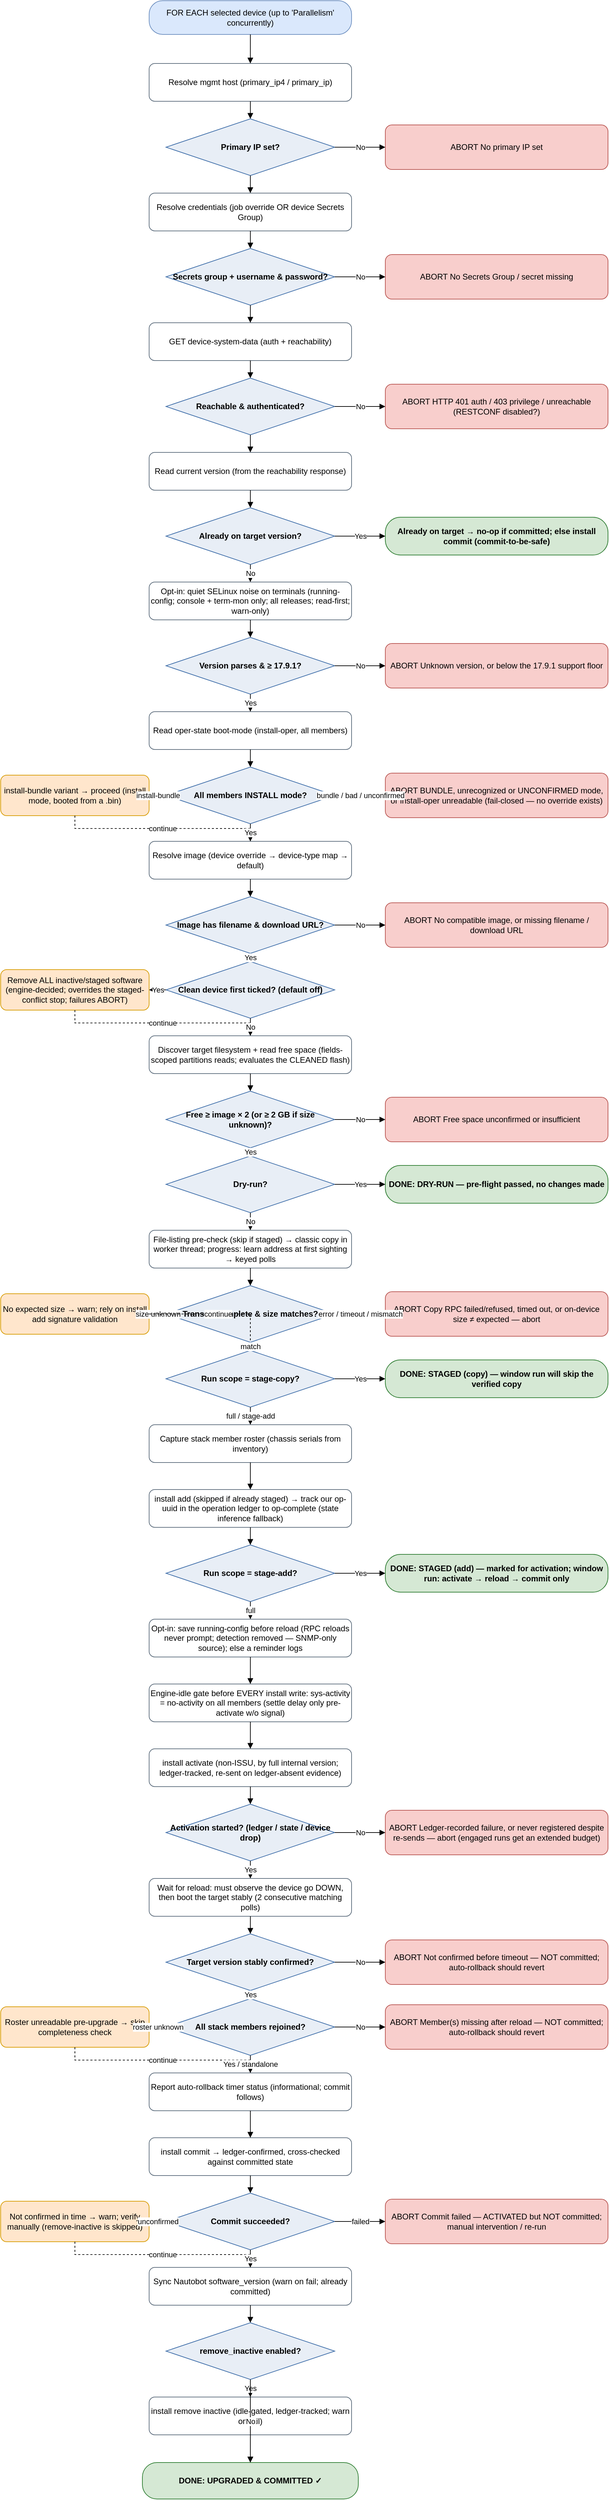
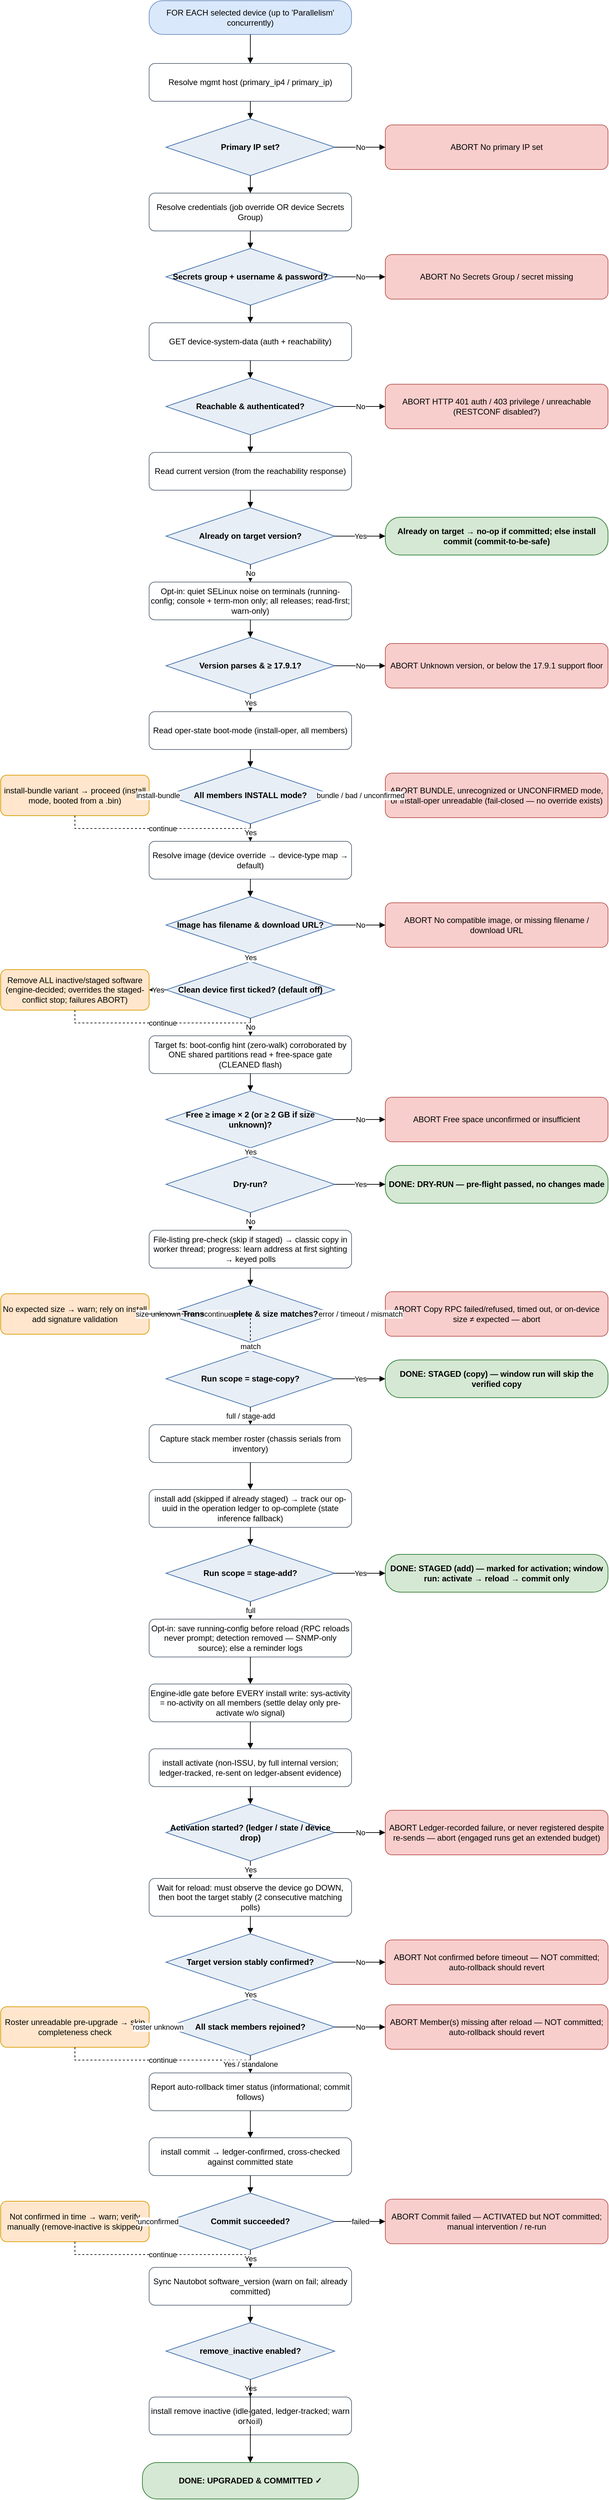
<mxfile host="app.diagrams.net" type="device">
  <diagram name="IOS-XE upgrade flow" id="iosxe-upgrade-flow">
    <mxGraphModel dx="1000" dy="2000" grid="1" gridSize="10" guides="1" tooltips="1"
        connect="1" arrows="1" fold="1" page="1" pageScale="1" math="0" shadow="0">
      <root>
        <mxCell id="0"/>
        <mxCell id="1" parent="0"/>
        <mxCell id="start" value="FOR EACH selected device&amp;#10;(up to &#x27;Parallelism&#x27; concurrently)" style="rounded=1;arcSize=40;whiteSpace=wrap;html=1;fillColor=#DAE8FC;strokeColor=#6C8EBF;" vertex="1" parent="1"><mxGeometry x="250" y="31" width="300" height="50" as="geometry"/></mxCell>
        <mxCell id="host" value="Resolve mgmt host&amp;#10;(primary_ip4 / primary_ip)" style="rounded=1;whiteSpace=wrap;html=1;fillColor=#FFFFFF;strokeColor=#5B6B7B;" vertex="1" parent="1"><mxGeometry x="250" y="124" width="300" height="56" as="geometry"/></mxCell>
        <mxCell id="d_ip" value="Primary IP set?" style="rhombus;whiteSpace=wrap;html=1;fillColor=#E8EEF6;strokeColor=#3C6CA8;fontStyle=1;" vertex="1" parent="1"><mxGeometry x="275" y="206" width="250" height="84" as="geometry"/></mxCell>
        <mxCell id="cred" value="Resolve credentials&amp;#10;(job override OR device Secrets Group)" style="rounded=1;whiteSpace=wrap;html=1;fillColor=#FFFFFF;strokeColor=#5B6B7B;" vertex="1" parent="1"><mxGeometry x="250" y="316" width="300" height="56" as="geometry"/></mxCell>
        <mxCell id="d_cred" value="Secrets group +&amp;#10;username &amp; password?" style="rhombus;whiteSpace=wrap;html=1;fillColor=#E8EEF6;strokeColor=#3C6CA8;fontStyle=1;" vertex="1" parent="1"><mxGeometry x="275" y="398" width="250" height="84" as="geometry"/></mxCell>
        <mxCell id="reach" value="GET device-system-data&amp;#10;(auth + reachability)" style="rounded=1;whiteSpace=wrap;html=1;fillColor=#FFFFFF;strokeColor=#5B6B7B;" vertex="1" parent="1"><mxGeometry x="250" y="508" width="300" height="56" as="geometry"/></mxCell>
        <mxCell id="d_reach" value="Reachable &amp;&amp;#10;authenticated?" style="rhombus;whiteSpace=wrap;html=1;fillColor=#E8EEF6;strokeColor=#3C6CA8;fontStyle=1;" vertex="1" parent="1"><mxGeometry x="275" y="590" width="250" height="84" as="geometry"/></mxCell>
        <mxCell id="curr" value="Read current version&amp;#10;(from the reachability response)" style="rounded=1;whiteSpace=wrap;html=1;fillColor=#FFFFFF;strokeColor=#5B6B7B;" vertex="1" parent="1"><mxGeometry x="250" y="700" width="300" height="56" as="geometry"/></mxCell>
        <mxCell id="d_target" value="Already on&amp;#10;target version?" style="rhombus;whiteSpace=wrap;html=1;fillColor=#E8EEF6;strokeColor=#3C6CA8;fontStyle=1;" vertex="1" parent="1"><mxGeometry x="275" y="782" width="250" height="84" as="geometry"/></mxCell>
        <mxCell id="avcsup" value="Opt-in: quiet SELinux noise on terminals&amp;#10;(running-config; console + term-mon only;&amp;#10;all releases; read-first; warn-only)" style="rounded=1;whiteSpace=wrap;html=1;fillColor=#FFFFFF;strokeColor=#5B6B7B;" vertex="1" parent="1"><mxGeometry x="250" y="892" width="300" height="56" as="geometry"/></mxCell>
        <mxCell id="d_floor" value="Version parses&amp;#10;&amp; ≥ 17.9.1?" style="rhombus;whiteSpace=wrap;html=1;fillColor=#E8EEF6;strokeColor=#3C6CA8;fontStyle=1;" vertex="1" parent="1"><mxGeometry x="275" y="974" width="250" height="84" as="geometry"/></mxCell>
        <mxCell id="mode" value="Read oper-state boot-mode&amp;#10;(install-oper, all members)" style="rounded=1;whiteSpace=wrap;html=1;fillColor=#FFFFFF;strokeColor=#5B6B7B;" vertex="1" parent="1"><mxGeometry x="250" y="1084" width="300" height="56" as="geometry"/></mxCell>
        <mxCell id="d_mode" value="All members&amp;#10;INSTALL mode?" style="rhombus;whiteSpace=wrap;html=1;fillColor=#E8EEF6;strokeColor=#3C6CA8;fontStyle=1;" vertex="1" parent="1"><mxGeometry x="275" y="1166" width="250" height="84" as="geometry"/></mxCell>
        <mxCell id="img" value="Resolve image (device override →&amp;#10;device-type map → default)" style="rounded=1;whiteSpace=wrap;html=1;fillColor=#FFFFFF;strokeColor=#5B6B7B;" vertex="1" parent="1"><mxGeometry x="250" y="1276" width="300" height="56" as="geometry"/></mxCell>
        <mxCell id="d_img" value="Image has filename&amp;#10;&amp; download URL?" style="rhombus;whiteSpace=wrap;html=1;fillColor=#E8EEF6;strokeColor=#3C6CA8;fontStyle=1;" vertex="1" parent="1"><mxGeometry x="275" y="1358" width="250" height="84" as="geometry"/></mxCell>
        <mxCell id="d_clean" value="Clean device first&amp;#10;ticked? (default off)" style="rhombus;whiteSpace=wrap;html=1;fillColor=#E8EEF6;strokeColor=#3C6CA8;fontStyle=1;" vertex="1" parent="1"><mxGeometry x="275" y="1454" width="250" height="84" as="geometry"/></mxCell>
-         <mxCell id="space" value="Discover target filesystem + read free&amp;#10;space (fields-scoped partitions reads;&amp;#10;evaluates the CLEANED flash)" style="rounded=1;whiteSpace=wrap;html=1;fillColor=#FFFFFF;strokeColor=#5B6B7B;" vertex="1" parent="1"><mxGeometry x="250" y="1564" width="300" height="56" as="geometry"/></mxCell>
+         <mxCell id="space" value="Target fs: boot-config hint (zero-walk)&amp;#10;corroborated by ONE shared partitions read&amp;#10;+ free-space gate (CLEANED flash)" style="rounded=1;whiteSpace=wrap;html=1;fillColor=#FFFFFF;strokeColor=#5B6B7B;" vertex="1" parent="1"><mxGeometry x="250" y="1564" width="300" height="56" as="geometry"/></mxCell>
        <mxCell id="d_space" value="Free ≥ image × 2&amp;#10;(or ≥ 2 GB if size unknown)?" style="rhombus;whiteSpace=wrap;html=1;fillColor=#E8EEF6;strokeColor=#3C6CA8;fontStyle=1;" vertex="1" parent="1"><mxGeometry x="275" y="1646" width="250" height="84" as="geometry"/></mxCell>
        <mxCell id="d_dry" value="Dry-run?" style="rhombus;whiteSpace=wrap;html=1;fillColor=#E8EEF6;strokeColor=#3C6CA8;fontStyle=1;" vertex="1" parent="1"><mxGeometry x="275" y="1742" width="250" height="84" as="geometry"/></mxCell>
        <mxCell id="copy" value="File-listing pre-check (skip if staged) →&amp;#10;classic copy in worker thread; progress:&amp;#10;learn address at first sighting → keyed polls" style="rounded=1;whiteSpace=wrap;html=1;fillColor=#FFFFFF;strokeColor=#5B6B7B;" vertex="1" parent="1"><mxGeometry x="250" y="1852" width="300" height="56" as="geometry"/></mxCell>
        <mxCell id="d_size" value="Transfer complete&amp;#10;&amp; size matches?" style="rhombus;whiteSpace=wrap;html=1;fillColor=#E8EEF6;strokeColor=#3C6CA8;fontStyle=1;" vertex="1" parent="1"><mxGeometry x="275" y="1934" width="250" height="84" as="geometry"/></mxCell>
        <mxCell id="d_stagecopy" value="Run scope =&amp;#10;stage-copy?" style="rhombus;whiteSpace=wrap;html=1;fillColor=#E8EEF6;strokeColor=#3C6CA8;fontStyle=1;" vertex="1" parent="1"><mxGeometry x="275" y="2030" width="250" height="84" as="geometry"/></mxCell>
        <mxCell id="roster" value="Capture stack member roster&amp;#10;(chassis serials from inventory)" style="rounded=1;whiteSpace=wrap;html=1;fillColor=#FFFFFF;strokeColor=#5B6B7B;" vertex="1" parent="1"><mxGeometry x="250" y="2140" width="300" height="56" as="geometry"/></mxCell>
        <mxCell id="add" value="install add (skipped if already staged) →&amp;#10;track our op-uuid in the operation ledger&amp;#10;to op-complete (state inference fallback)" style="rounded=1;whiteSpace=wrap;html=1;fillColor=#FFFFFF;strokeColor=#5B6B7B;" vertex="1" parent="1"><mxGeometry x="250" y="2236" width="300" height="56" as="geometry"/></mxCell>
        <mxCell id="d_stageadd" value="Run scope =&amp;#10;stage-add?" style="rhombus;whiteSpace=wrap;html=1;fillColor=#E8EEF6;strokeColor=#3C6CA8;fontStyle=1;" vertex="1" parent="1"><mxGeometry x="275" y="2318" width="250" height="84" as="geometry"/></mxCell>
        <mxCell id="cfgsync" value="Opt-in: save running-config before reload&amp;#10;(RPC reloads never prompt; detection removed&amp;#10;— SNMP-only source); else a reminder logs" style="rounded=1;whiteSpace=wrap;html=1;fillColor=#FFFFFF;strokeColor=#5B6B7B;" vertex="1" parent="1"><mxGeometry x="250" y="2428" width="300" height="56" as="geometry"/></mxCell>
        <mxCell id="idle" value="Engine-idle gate before EVERY install write:&amp;#10;sys-activity = no-activity on all members&amp;#10;(settle delay only pre-activate w/o signal)" style="rounded=1;whiteSpace=wrap;html=1;fillColor=#FFFFFF;strokeColor=#5B6B7B;" vertex="1" parent="1"><mxGeometry x="250" y="2524" width="300" height="56" as="geometry"/></mxCell>
        <mxCell id="act" value="install activate (non-ISSU, by full internal&amp;#10;version; ledger-tracked,&amp;#10;re-sent on ledger-absent evidence)" style="rounded=1;whiteSpace=wrap;html=1;fillColor=#FFFFFF;strokeColor=#5B6B7B;" vertex="1" parent="1"><mxGeometry x="250" y="2620" width="300" height="56" as="geometry"/></mxCell>
        <mxCell id="d_act" value="Activation started?&amp;#10;(ledger / state / device drop)" style="rhombus;whiteSpace=wrap;html=1;fillColor=#E8EEF6;strokeColor=#3C6CA8;fontStyle=1;" vertex="1" parent="1"><mxGeometry x="275" y="2702" width="250" height="84" as="geometry"/></mxCell>
        <mxCell id="waitc" value="Wait for reload: must observe the device&amp;#10;go DOWN, then boot the target stably&amp;#10;(2 consecutive matching polls)" style="rounded=1;whiteSpace=wrap;html=1;fillColor=#FFFFFF;strokeColor=#5B6B7B;" vertex="1" parent="1"><mxGeometry x="250" y="2812" width="300" height="56" as="geometry"/></mxCell>
        <mxCell id="d_confirm" value="Target version&amp;#10;stably confirmed?" style="rhombus;whiteSpace=wrap;html=1;fillColor=#E8EEF6;strokeColor=#3C6CA8;fontStyle=1;" vertex="1" parent="1"><mxGeometry x="275" y="2894" width="250" height="84" as="geometry"/></mxCell>
        <mxCell id="d_members" value="All stack members&amp;#10;rejoined?" style="rhombus;whiteSpace=wrap;html=1;fillColor=#E8EEF6;strokeColor=#3C6CA8;fontStyle=1;" vertex="1" parent="1"><mxGeometry x="275" y="2990" width="250" height="84" as="geometry"/></mxCell>
        <mxCell id="rollbackchk" value="Report auto-rollback timer status&amp;#10;(informational; commit follows)" style="rounded=1;whiteSpace=wrap;html=1;fillColor=#FFFFFF;strokeColor=#5B6B7B;" vertex="1" parent="1"><mxGeometry x="250" y="3100" width="300" height="56" as="geometry"/></mxCell>
        <mxCell id="commit" value="install commit → ledger-confirmed,&amp;#10;cross-checked against committed state" style="rounded=1;whiteSpace=wrap;html=1;fillColor=#FFFFFF;strokeColor=#5B6B7B;" vertex="1" parent="1"><mxGeometry x="250" y="3196" width="300" height="56" as="geometry"/></mxCell>
        <mxCell id="d_commit" value="Commit&amp;#10;succeeded?" style="rhombus;whiteSpace=wrap;html=1;fillColor=#E8EEF6;strokeColor=#3C6CA8;fontStyle=1;" vertex="1" parent="1"><mxGeometry x="275" y="3278" width="250" height="84" as="geometry"/></mxCell>
        <mxCell id="sync" value="Sync Nautobot software_version&amp;#10;(warn on fail; already committed)" style="rounded=1;whiteSpace=wrap;html=1;fillColor=#FFFFFF;strokeColor=#5B6B7B;" vertex="1" parent="1"><mxGeometry x="250" y="3388" width="300" height="56" as="geometry"/></mxCell>
        <mxCell id="d_remove" value="remove_inactive&amp;#10;enabled?" style="rhombus;whiteSpace=wrap;html=1;fillColor=#E8EEF6;strokeColor=#3C6CA8;fontStyle=1;" vertex="1" parent="1"><mxGeometry x="275" y="3470" width="250" height="84" as="geometry"/></mxCell>
        <mxCell id="remove" value="install remove inactive (idle-gated,&amp;#10;ledger-tracked; warn on fail)" style="rounded=1;whiteSpace=wrap;html=1;fillColor=#FFFFFF;strokeColor=#5B6B7B;" vertex="1" parent="1"><mxGeometry x="250" y="3580" width="300" height="56" as="geometry"/></mxCell>
        <mxCell id="ok" value="DONE: UPGRADED &amp; COMMITTED ✓" style="rounded=1;arcSize=40;whiteSpace=wrap;html=1;fillColor=#D5E8D4;strokeColor=#2E7D32;fontStyle=1;" vertex="1" parent="1"><mxGeometry x="240" y="3677" width="320" height="54" as="geometry"/></mxCell>
        <mxCell id="d_ip_abort" value="ABORT&amp;#10;No primary IP set" style="rounded=1;whiteSpace=wrap;html=1;fillColor=#F8CECC;strokeColor=#B85450;" vertex="1" parent="1"><mxGeometry x="600" y="215" width="330" height="66" as="geometry"/></mxCell>
        <mxCell id="d_cred_abort" value="ABORT&amp;#10;No Secrets Group / secret missing" style="rounded=1;whiteSpace=wrap;html=1;fillColor=#F8CECC;strokeColor=#B85450;" vertex="1" parent="1"><mxGeometry x="600" y="407" width="330" height="66" as="geometry"/></mxCell>
        <mxCell id="d_reach_abort" value="ABORT&amp;#10;HTTP 401 auth / 403 privilege /&amp;#10;unreachable (RESTCONF disabled?)" style="rounded=1;whiteSpace=wrap;html=1;fillColor=#F8CECC;strokeColor=#B85450;" vertex="1" parent="1"><mxGeometry x="600" y="599" width="330" height="66" as="geometry"/></mxCell>
        <mxCell id="d_target_ok" value="Already on target → no-op if committed;&amp;#10;else install commit (commit-to-be-safe)" style="rounded=1;arcSize=40;whiteSpace=wrap;html=1;fillColor=#D5E8D4;strokeColor=#2E7D32;fontStyle=1;" vertex="1" parent="1"><mxGeometry x="600" y="796" width="330" height="56" as="geometry"/></mxCell>
        <mxCell id="d_floor_abort" value="ABORT&amp;#10;Unknown version, or below the&amp;#10;17.9.1 support floor" style="rounded=1;whiteSpace=wrap;html=1;fillColor=#F8CECC;strokeColor=#B85450;" vertex="1" parent="1"><mxGeometry x="600" y="983" width="330" height="66" as="geometry"/></mxCell>
        <mxCell id="d_mode_abort" value="ABORT&amp;#10;BUNDLE, unrecognized or UNCONFIRMED&amp;#10;mode, or install-oper unreadable&amp;#10;(fail-closed — no override exists)" style="rounded=1;whiteSpace=wrap;html=1;fillColor=#F8CECC;strokeColor=#B85450;" vertex="1" parent="1"><mxGeometry x="600" y="1175" width="330" height="66" as="geometry"/></mxCell>
        <mxCell id="d_mode_warn" value="install-bundle variant → proceed&amp;#10;(install mode, booted from a .bin)" style="rounded=1;whiteSpace=wrap;html=1;fillColor=#FFE6CC;strokeColor=#D79B00;" vertex="1" parent="1"><mxGeometry x="30" y="1178" width="220" height="60" as="geometry"/></mxCell>
        <mxCell id="d_img_abort" value="ABORT&amp;#10;No compatible image, or missing&amp;#10;filename / download URL" style="rounded=1;whiteSpace=wrap;html=1;fillColor=#F8CECC;strokeColor=#B85450;" vertex="1" parent="1"><mxGeometry x="600" y="1367" width="330" height="66" as="geometry"/></mxCell>
        <mxCell id="d_clean_warn" value="Remove ALL inactive/staged software&amp;#10;(engine-decided; overrides the staged-&amp;#10;conflict stop; failures ABORT)" style="rounded=1;whiteSpace=wrap;html=1;fillColor=#FFE6CC;strokeColor=#D79B00;" vertex="1" parent="1"><mxGeometry x="30" y="1466" width="220" height="60" as="geometry"/></mxCell>
        <mxCell id="d_space_abort" value="ABORT&amp;#10;Free space unconfirmed or&amp;#10;insufficient" style="rounded=1;whiteSpace=wrap;html=1;fillColor=#F8CECC;strokeColor=#B85450;" vertex="1" parent="1"><mxGeometry x="600" y="1655" width="330" height="66" as="geometry"/></mxCell>
        <mxCell id="d_dry_ok" value="DONE: DRY-RUN — pre-flight&amp;#10;passed, no changes made" style="rounded=1;arcSize=40;whiteSpace=wrap;html=1;fillColor=#D5E8D4;strokeColor=#2E7D32;fontStyle=1;" vertex="1" parent="1"><mxGeometry x="600" y="1756" width="330" height="56" as="geometry"/></mxCell>
        <mxCell id="d_size_abort" value="ABORT&amp;#10;Copy RPC failed/refused, timed out,&amp;#10;or on-device size ≠ expected — abort" style="rounded=1;whiteSpace=wrap;html=1;fillColor=#F8CECC;strokeColor=#B85450;" vertex="1" parent="1"><mxGeometry x="600" y="1943" width="330" height="66" as="geometry"/></mxCell>
        <mxCell id="d_size_warn" value="No expected size → warn; rely on&amp;#10;install add signature validation" style="rounded=1;whiteSpace=wrap;html=1;fillColor=#FFE6CC;strokeColor=#D79B00;" vertex="1" parent="1"><mxGeometry x="30" y="1946" width="220" height="60" as="geometry"/></mxCell>
        <mxCell id="d_stagecopy_ok" value="DONE: STAGED (copy) — window run&amp;#10;will skip the verified copy" style="rounded=1;arcSize=40;whiteSpace=wrap;html=1;fillColor=#D5E8D4;strokeColor=#2E7D32;fontStyle=1;" vertex="1" parent="1"><mxGeometry x="600" y="2044" width="330" height="56" as="geometry"/></mxCell>
        <mxCell id="d_stageadd_ok" value="DONE: STAGED (add) — marked for&amp;#10;activation; window run: activate →&amp;#10;reload → commit only" style="rounded=1;arcSize=40;whiteSpace=wrap;html=1;fillColor=#D5E8D4;strokeColor=#2E7D32;fontStyle=1;" vertex="1" parent="1"><mxGeometry x="600" y="2332" width="330" height="56" as="geometry"/></mxCell>
        <mxCell id="d_act_abort" value="ABORT&amp;#10;Ledger-recorded failure, or never&amp;#10;registered despite re-sends — abort&amp;#10;(engaged runs get an extended budget)" style="rounded=1;whiteSpace=wrap;html=1;fillColor=#F8CECC;strokeColor=#B85450;" vertex="1" parent="1"><mxGeometry x="600" y="2711" width="330" height="66" as="geometry"/></mxCell>
        <mxCell id="d_confirm_abort" value="ABORT&amp;#10;Not confirmed before timeout — NOT&amp;#10;committed; auto-rollback should revert" style="rounded=1;whiteSpace=wrap;html=1;fillColor=#F8CECC;strokeColor=#B85450;" vertex="1" parent="1"><mxGeometry x="600" y="2903" width="330" height="66" as="geometry"/></mxCell>
        <mxCell id="d_members_abort" value="ABORT&amp;#10;Member(s) missing after reload — NOT&amp;#10;committed; auto-rollback should revert" style="rounded=1;whiteSpace=wrap;html=1;fillColor=#F8CECC;strokeColor=#B85450;" vertex="1" parent="1"><mxGeometry x="600" y="2999" width="330" height="66" as="geometry"/></mxCell>
        <mxCell id="d_members_warn" value="Roster unreadable pre-upgrade →&amp;#10;skip completeness check" style="rounded=1;whiteSpace=wrap;html=1;fillColor=#FFE6CC;strokeColor=#D79B00;" vertex="1" parent="1"><mxGeometry x="30" y="3002" width="220" height="60" as="geometry"/></mxCell>
        <mxCell id="d_commit_abort" value="ABORT&amp;#10;Commit failed — ACTIVATED but NOT&amp;#10;committed; manual intervention / re-run" style="rounded=1;whiteSpace=wrap;html=1;fillColor=#F8CECC;strokeColor=#B85450;" vertex="1" parent="1"><mxGeometry x="600" y="3287" width="330" height="66" as="geometry"/></mxCell>
        <mxCell id="d_commit_warn" value="Not confirmed in time → warn;&amp;#10;verify manually (remove-inactive&amp;#10;is skipped)" style="rounded=1;whiteSpace=wrap;html=1;fillColor=#FFE6CC;strokeColor=#D79B00;" vertex="1" parent="1"><mxGeometry x="30" y="3290" width="220" height="60" as="geometry"/></mxCell>
        <mxCell id="e_d_ip_abort" value="No" style="edgeStyle=orthogonalEdgeStyle;rounded=0;html=1;endArrow=block;" edge="1" parent="1" source="d_ip" target="d_ip_abort"><mxGeometry relative="1" as="geometry"/></mxCell>
        <mxCell id="e_d_cred_abort" value="No" style="edgeStyle=orthogonalEdgeStyle;rounded=0;html=1;endArrow=block;" edge="1" parent="1" source="d_cred" target="d_cred_abort"><mxGeometry relative="1" as="geometry"/></mxCell>
        <mxCell id="e_d_reach_abort" value="No" style="edgeStyle=orthogonalEdgeStyle;rounded=0;html=1;endArrow=block;" edge="1" parent="1" source="d_reach" target="d_reach_abort"><mxGeometry relative="1" as="geometry"/></mxCell>
        <mxCell id="e_d_target_ok" value="Yes" style="edgeStyle=orthogonalEdgeStyle;rounded=0;html=1;endArrow=block;" edge="1" parent="1" source="d_target" target="d_target_ok"><mxGeometry relative="1" as="geometry"/></mxCell>
        <mxCell id="e_d_floor_abort" value="No" style="edgeStyle=orthogonalEdgeStyle;rounded=0;html=1;endArrow=block;" edge="1" parent="1" source="d_floor" target="d_floor_abort"><mxGeometry relative="1" as="geometry"/></mxCell>
        <mxCell id="e_d_mode_abort" value="bundle / bad /
unconfirmed" style="edgeStyle=orthogonalEdgeStyle;rounded=0;html=1;endArrow=block;" edge="1" parent="1" source="d_mode" target="d_mode_abort"><mxGeometry relative="1" as="geometry"/></mxCell>
        <mxCell id="e_d_mode_warn" value="install-bundle" style="edgeStyle=orthogonalEdgeStyle;rounded=0;html=1;endArrow=block;" edge="1" parent="1" source="d_mode" target="d_mode_warn"><mxGeometry relative="1" as="geometry"/></mxCell>
        <mxCell id="e_d_mode_warn_join" value="continue" style="edgeStyle=orthogonalEdgeStyle;rounded=0;html=1;endArrow=block;dashed=1;" edge="1" parent="1" source="d_mode_warn" target="img"><mxGeometry relative="1" as="geometry"/></mxCell>
        <mxCell id="e_d_img_abort" value="No" style="edgeStyle=orthogonalEdgeStyle;rounded=0;html=1;endArrow=block;" edge="1" parent="1" source="d_img" target="d_img_abort"><mxGeometry relative="1" as="geometry"/></mxCell>
        <mxCell id="e_d_clean_warn" value="Yes" style="edgeStyle=orthogonalEdgeStyle;rounded=0;html=1;endArrow=block;" edge="1" parent="1" source="d_clean" target="d_clean_warn"><mxGeometry relative="1" as="geometry"/></mxCell>
        <mxCell id="e_d_clean_warn_join" value="continue" style="edgeStyle=orthogonalEdgeStyle;rounded=0;html=1;endArrow=block;dashed=1;" edge="1" parent="1" source="d_clean_warn" target="space"><mxGeometry relative="1" as="geometry"/></mxCell>
        <mxCell id="e_d_space_abort" value="No" style="edgeStyle=orthogonalEdgeStyle;rounded=0;html=1;endArrow=block;" edge="1" parent="1" source="d_space" target="d_space_abort"><mxGeometry relative="1" as="geometry"/></mxCell>
        <mxCell id="e_d_dry_ok" value="Yes" style="edgeStyle=orthogonalEdgeStyle;rounded=0;html=1;endArrow=block;" edge="1" parent="1" source="d_dry" target="d_dry_ok"><mxGeometry relative="1" as="geometry"/></mxCell>
        <mxCell id="e_d_size_abort" value="error / timeout /
mismatch" style="edgeStyle=orthogonalEdgeStyle;rounded=0;html=1;endArrow=block;" edge="1" parent="1" source="d_size" target="d_size_abort"><mxGeometry relative="1" as="geometry"/></mxCell>
        <mxCell id="e_d_size_warn" value="size unknown" style="edgeStyle=orthogonalEdgeStyle;rounded=0;html=1;endArrow=block;" edge="1" parent="1" source="d_size" target="d_size_warn"><mxGeometry relative="1" as="geometry"/></mxCell>
        <mxCell id="e_d_size_warn_join" value="continue" style="edgeStyle=orthogonalEdgeStyle;rounded=0;html=1;endArrow=block;dashed=1;" edge="1" parent="1" source="d_size_warn" target="d_stagecopy"><mxGeometry relative="1" as="geometry"/></mxCell>
        <mxCell id="e_d_stagecopy_ok" value="Yes" style="edgeStyle=orthogonalEdgeStyle;rounded=0;html=1;endArrow=block;" edge="1" parent="1" source="d_stagecopy" target="d_stagecopy_ok"><mxGeometry relative="1" as="geometry"/></mxCell>
        <mxCell id="e_d_stageadd_ok" value="Yes" style="edgeStyle=orthogonalEdgeStyle;rounded=0;html=1;endArrow=block;" edge="1" parent="1" source="d_stageadd" target="d_stageadd_ok"><mxGeometry relative="1" as="geometry"/></mxCell>
        <mxCell id="e_d_act_abort" value="No" style="edgeStyle=orthogonalEdgeStyle;rounded=0;html=1;endArrow=block;" edge="1" parent="1" source="d_act" target="d_act_abort"><mxGeometry relative="1" as="geometry"/></mxCell>
        <mxCell id="e_d_confirm_abort" value="No" style="edgeStyle=orthogonalEdgeStyle;rounded=0;html=1;endArrow=block;" edge="1" parent="1" source="d_confirm" target="d_confirm_abort"><mxGeometry relative="1" as="geometry"/></mxCell>
        <mxCell id="e_d_members_abort" value="No" style="edgeStyle=orthogonalEdgeStyle;rounded=0;html=1;endArrow=block;" edge="1" parent="1" source="d_members" target="d_members_abort"><mxGeometry relative="1" as="geometry"/></mxCell>
        <mxCell id="e_d_members_warn" value="roster unknown" style="edgeStyle=orthogonalEdgeStyle;rounded=0;html=1;endArrow=block;" edge="1" parent="1" source="d_members" target="d_members_warn"><mxGeometry relative="1" as="geometry"/></mxCell>
        <mxCell id="e_d_members_warn_join" value="continue" style="edgeStyle=orthogonalEdgeStyle;rounded=0;html=1;endArrow=block;dashed=1;" edge="1" parent="1" source="d_members_warn" target="rollbackchk"><mxGeometry relative="1" as="geometry"/></mxCell>
        <mxCell id="e_d_commit_abort" value="failed" style="edgeStyle=orthogonalEdgeStyle;rounded=0;html=1;endArrow=block;" edge="1" parent="1" source="d_commit" target="d_commit_abort"><mxGeometry relative="1" as="geometry"/></mxCell>
        <mxCell id="e_d_commit_warn" value="unconfirmed" style="edgeStyle=orthogonalEdgeStyle;rounded=0;html=1;endArrow=block;" edge="1" parent="1" source="d_commit" target="d_commit_warn"><mxGeometry relative="1" as="geometry"/></mxCell>
        <mxCell id="e_d_commit_warn_join" value="continue" style="edgeStyle=orthogonalEdgeStyle;rounded=0;html=1;endArrow=block;dashed=1;" edge="1" parent="1" source="d_commit_warn" target="sync"><mxGeometry relative="1" as="geometry"/></mxCell>
        <mxCell id="e_start_host" value="" style="edgeStyle=orthogonalEdgeStyle;rounded=0;html=1;endArrow=block;" edge="1" parent="1" source="start" target="host"><mxGeometry relative="1" as="geometry"/></mxCell>
        <mxCell id="e_host_d_ip" value="" style="edgeStyle=orthogonalEdgeStyle;rounded=0;html=1;endArrow=block;" edge="1" parent="1" source="host" target="d_ip"><mxGeometry relative="1" as="geometry"/></mxCell>
        <mxCell id="e_d_ip_cred" value="" style="edgeStyle=orthogonalEdgeStyle;rounded=0;html=1;endArrow=block;" edge="1" parent="1" source="d_ip" target="cred"><mxGeometry relative="1" as="geometry"/></mxCell>
        <mxCell id="e_cred_d_cred" value="" style="edgeStyle=orthogonalEdgeStyle;rounded=0;html=1;endArrow=block;" edge="1" parent="1" source="cred" target="d_cred"><mxGeometry relative="1" as="geometry"/></mxCell>
        <mxCell id="e_d_cred_reach" value="" style="edgeStyle=orthogonalEdgeStyle;rounded=0;html=1;endArrow=block;" edge="1" parent="1" source="d_cred" target="reach"><mxGeometry relative="1" as="geometry"/></mxCell>
        <mxCell id="e_reach_d_reach" value="" style="edgeStyle=orthogonalEdgeStyle;rounded=0;html=1;endArrow=block;" edge="1" parent="1" source="reach" target="d_reach"><mxGeometry relative="1" as="geometry"/></mxCell>
        <mxCell id="e_d_reach_curr" value="" style="edgeStyle=orthogonalEdgeStyle;rounded=0;html=1;endArrow=block;" edge="1" parent="1" source="d_reach" target="curr"><mxGeometry relative="1" as="geometry"/></mxCell>
        <mxCell id="e_curr_d_target" value="" style="edgeStyle=orthogonalEdgeStyle;rounded=0;html=1;endArrow=block;" edge="1" parent="1" source="curr" target="d_target"><mxGeometry relative="1" as="geometry"/></mxCell>
        <mxCell id="e_d_target_avcsup" value="No" style="edgeStyle=orthogonalEdgeStyle;rounded=0;html=1;endArrow=block;" edge="1" parent="1" source="d_target" target="avcsup"><mxGeometry relative="1" as="geometry"/></mxCell>
        <mxCell id="e_avcsup_d_floor" value="" style="edgeStyle=orthogonalEdgeStyle;rounded=0;html=1;endArrow=block;" edge="1" parent="1" source="avcsup" target="d_floor"><mxGeometry relative="1" as="geometry"/></mxCell>
        <mxCell id="e_d_floor_mode" value="Yes" style="edgeStyle=orthogonalEdgeStyle;rounded=0;html=1;endArrow=block;" edge="1" parent="1" source="d_floor" target="mode"><mxGeometry relative="1" as="geometry"/></mxCell>
        <mxCell id="e_mode_d_mode" value="" style="edgeStyle=orthogonalEdgeStyle;rounded=0;html=1;endArrow=block;" edge="1" parent="1" source="mode" target="d_mode"><mxGeometry relative="1" as="geometry"/></mxCell>
        <mxCell id="e_d_mode_img" value="Yes" style="edgeStyle=orthogonalEdgeStyle;rounded=0;html=1;endArrow=block;" edge="1" parent="1" source="d_mode" target="img"><mxGeometry relative="1" as="geometry"/></mxCell>
        <mxCell id="e_img_d_img" value="" style="edgeStyle=orthogonalEdgeStyle;rounded=0;html=1;endArrow=block;" edge="1" parent="1" source="img" target="d_img"><mxGeometry relative="1" as="geometry"/></mxCell>
        <mxCell id="e_d_img_d_clean" value="Yes" style="edgeStyle=orthogonalEdgeStyle;rounded=0;html=1;endArrow=block;" edge="1" parent="1" source="d_img" target="d_clean"><mxGeometry relative="1" as="geometry"/></mxCell>
        <mxCell id="e_d_clean_space" value="No" style="edgeStyle=orthogonalEdgeStyle;rounded=0;html=1;endArrow=block;" edge="1" parent="1" source="d_clean" target="space"><mxGeometry relative="1" as="geometry"/></mxCell>
        <mxCell id="e_space_d_space" value="" style="edgeStyle=orthogonalEdgeStyle;rounded=0;html=1;endArrow=block;" edge="1" parent="1" source="space" target="d_space"><mxGeometry relative="1" as="geometry"/></mxCell>
        <mxCell id="e_d_space_d_dry" value="Yes" style="edgeStyle=orthogonalEdgeStyle;rounded=0;html=1;endArrow=block;" edge="1" parent="1" source="d_space" target="d_dry"><mxGeometry relative="1" as="geometry"/></mxCell>
        <mxCell id="e_d_dry_copy" value="No" style="edgeStyle=orthogonalEdgeStyle;rounded=0;html=1;endArrow=block;" edge="1" parent="1" source="d_dry" target="copy"><mxGeometry relative="1" as="geometry"/></mxCell>
        <mxCell id="e_copy_d_size" value="" style="edgeStyle=orthogonalEdgeStyle;rounded=0;html=1;endArrow=block;" edge="1" parent="1" source="copy" target="d_size"><mxGeometry relative="1" as="geometry"/></mxCell>
        <mxCell id="e_d_size_d_stagecopy" value="match" style="edgeStyle=orthogonalEdgeStyle;rounded=0;html=1;endArrow=block;" edge="1" parent="1" source="d_size" target="d_stagecopy"><mxGeometry relative="1" as="geometry"/></mxCell>
        <mxCell id="e_d_stagecopy_roster" value="full / stage-add" style="edgeStyle=orthogonalEdgeStyle;rounded=0;html=1;endArrow=block;" edge="1" parent="1" source="d_stagecopy" target="roster"><mxGeometry relative="1" as="geometry"/></mxCell>
        <mxCell id="e_roster_add" value="" style="edgeStyle=orthogonalEdgeStyle;rounded=0;html=1;endArrow=block;" edge="1" parent="1" source="roster" target="add"><mxGeometry relative="1" as="geometry"/></mxCell>
        <mxCell id="e_add_d_stageadd" value="" style="edgeStyle=orthogonalEdgeStyle;rounded=0;html=1;endArrow=block;" edge="1" parent="1" source="add" target="d_stageadd"><mxGeometry relative="1" as="geometry"/></mxCell>
        <mxCell id="e_d_stageadd_cfgsync" value="full" style="edgeStyle=orthogonalEdgeStyle;rounded=0;html=1;endArrow=block;" edge="1" parent="1" source="d_stageadd" target="cfgsync"><mxGeometry relative="1" as="geometry"/></mxCell>
        <mxCell id="e_cfgsync_idle" value="" style="edgeStyle=orthogonalEdgeStyle;rounded=0;html=1;endArrow=block;" edge="1" parent="1" source="cfgsync" target="idle"><mxGeometry relative="1" as="geometry"/></mxCell>
        <mxCell id="e_idle_act" value="" style="edgeStyle=orthogonalEdgeStyle;rounded=0;html=1;endArrow=block;" edge="1" parent="1" source="idle" target="act"><mxGeometry relative="1" as="geometry"/></mxCell>
        <mxCell id="e_act_d_act" value="" style="edgeStyle=orthogonalEdgeStyle;rounded=0;html=1;endArrow=block;" edge="1" parent="1" source="act" target="d_act"><mxGeometry relative="1" as="geometry"/></mxCell>
        <mxCell id="e_d_act_waitc" value="Yes" style="edgeStyle=orthogonalEdgeStyle;rounded=0;html=1;endArrow=block;" edge="1" parent="1" source="d_act" target="waitc"><mxGeometry relative="1" as="geometry"/></mxCell>
        <mxCell id="e_waitc_d_confirm" value="" style="edgeStyle=orthogonalEdgeStyle;rounded=0;html=1;endArrow=block;" edge="1" parent="1" source="waitc" target="d_confirm"><mxGeometry relative="1" as="geometry"/></mxCell>
        <mxCell id="e_d_confirm_d_members" value="Yes" style="edgeStyle=orthogonalEdgeStyle;rounded=0;html=1;endArrow=block;" edge="1" parent="1" source="d_confirm" target="d_members"><mxGeometry relative="1" as="geometry"/></mxCell>
        <mxCell id="e_d_members_rollbackchk" value="Yes / standalone" style="edgeStyle=orthogonalEdgeStyle;rounded=0;html=1;endArrow=block;" edge="1" parent="1" source="d_members" target="rollbackchk"><mxGeometry relative="1" as="geometry"/></mxCell>
        <mxCell id="e_rollbackchk_commit" value="" style="edgeStyle=orthogonalEdgeStyle;rounded=0;html=1;endArrow=block;" edge="1" parent="1" source="rollbackchk" target="commit"><mxGeometry relative="1" as="geometry"/></mxCell>
        <mxCell id="e_commit_d_commit" value="" style="edgeStyle=orthogonalEdgeStyle;rounded=0;html=1;endArrow=block;" edge="1" parent="1" source="commit" target="d_commit"><mxGeometry relative="1" as="geometry"/></mxCell>
        <mxCell id="e_d_commit_sync" value="Yes" style="edgeStyle=orthogonalEdgeStyle;rounded=0;html=1;endArrow=block;" edge="1" parent="1" source="d_commit" target="sync"><mxGeometry relative="1" as="geometry"/></mxCell>
        <mxCell id="e_sync_d_remove" value="" style="edgeStyle=orthogonalEdgeStyle;rounded=0;html=1;endArrow=block;" edge="1" parent="1" source="sync" target="d_remove"><mxGeometry relative="1" as="geometry"/></mxCell>
        <mxCell id="e_remove_yes" value="Yes" style="edgeStyle=orthogonalEdgeStyle;rounded=0;html=1;endArrow=block;" edge="1" parent="1" source="d_remove" target="remove"><mxGeometry relative="1" as="geometry"/></mxCell>
        <mxCell id="e_remove_ok" value="" style="edgeStyle=orthogonalEdgeStyle;rounded=0;html=1;endArrow=block;" edge="1" parent="1" source="remove" target="ok"><mxGeometry relative="1" as="geometry"/></mxCell>
        <mxCell id="e_remove_no" value="No" style="edgeStyle=orthogonalEdgeStyle;rounded=0;html=1;endArrow=block;" edge="1" parent="1" source="d_remove" target="ok"><mxGeometry relative="1" as="geometry"/></mxCell>
      </root>
    </mxGraphModel>
  </diagram>
</mxfile>
